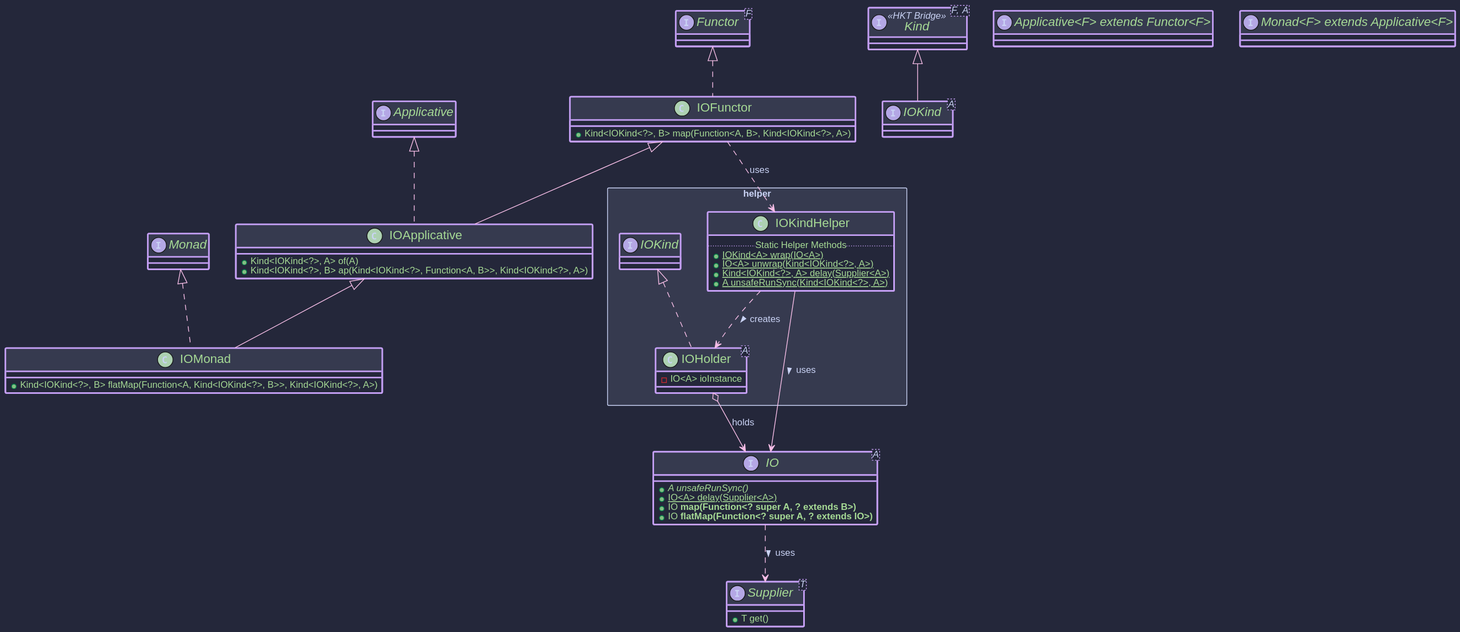
Earlier version of the PlantUML export hkj-book/src/images/puml/io_components.svg (higher-kinded-j/higher-kinded-j). Its diagram source:
```plantuml
@startuml
!include https://raw.githubusercontent.com/ncosta-ic/catppuccin-macchiato-plantuml-theme/main/theme.puml

interface Supplier<T> {
  + T get()
}

interface IO<A> {
  + {abstract} A unsafeRunSync()
  + {static} IO<A> delay(Supplier<A>)
  + IO<B> map(Function<? super A, ? extends B>)
  + IO<B> flatMap(Function<? super A, ? extends IO<B>>)
}
IO ..> Supplier : uses >

interface Kind<F, A> <<HKT Bridge>> {
}

interface IOKind<A> extends Kind<IOKind<?>, A> {
}

package helper <<Rectangle>> {
  class IOKindHelper {
    .. Static Helper Methods ..
    + {static} IOKind<A> wrap(IO<A>)
    + {static} IO<A> unwrap(Kind<IOKind<?>, A>)
    + {static} Kind<IOKind<?>, A> delay(Supplier<A>)
    + {static} A unsafeRunSync(Kind<IOKind<?>, A>)
  }

  class IOHolder<A> implements IOKind<A> {
    - IO<A> ioInstance
  }
  IOKindHelper ..> IOHolder : creates >
  IOKindHelper --> IO : uses >
  IOHolder o--> IO : holds
}


interface Functor<F>
interface "Applicative<F> extends Functor<F>"
interface "Monad<F> extends Applicative<F>"

class IOFunctor implements Functor<IOKind<?>> {
 + Kind<IOKind<?>, B> map(Function<A, B>, Kind<IOKind<?>, A>)
}
IOFunctor ..> IOKindHelper : uses

class IOApplicative extends IOFunctor implements Applicative<IOKind<?>> {
  + Kind<IOKind<?>, A> of(A)
  + Kind<IOKind<?>, B> ap(Kind<IOKind<?>, Function<A, B>>, Kind<IOKind<?>, A>)
}

class IOMonad extends IOApplicative implements Monad<IOKind<?>> {
 + Kind<IOKind<?>, B> flatMap(Function<A, Kind<IOKind<?>, B>>, Kind<IOKind<?>, A>)
}
@enduml
```
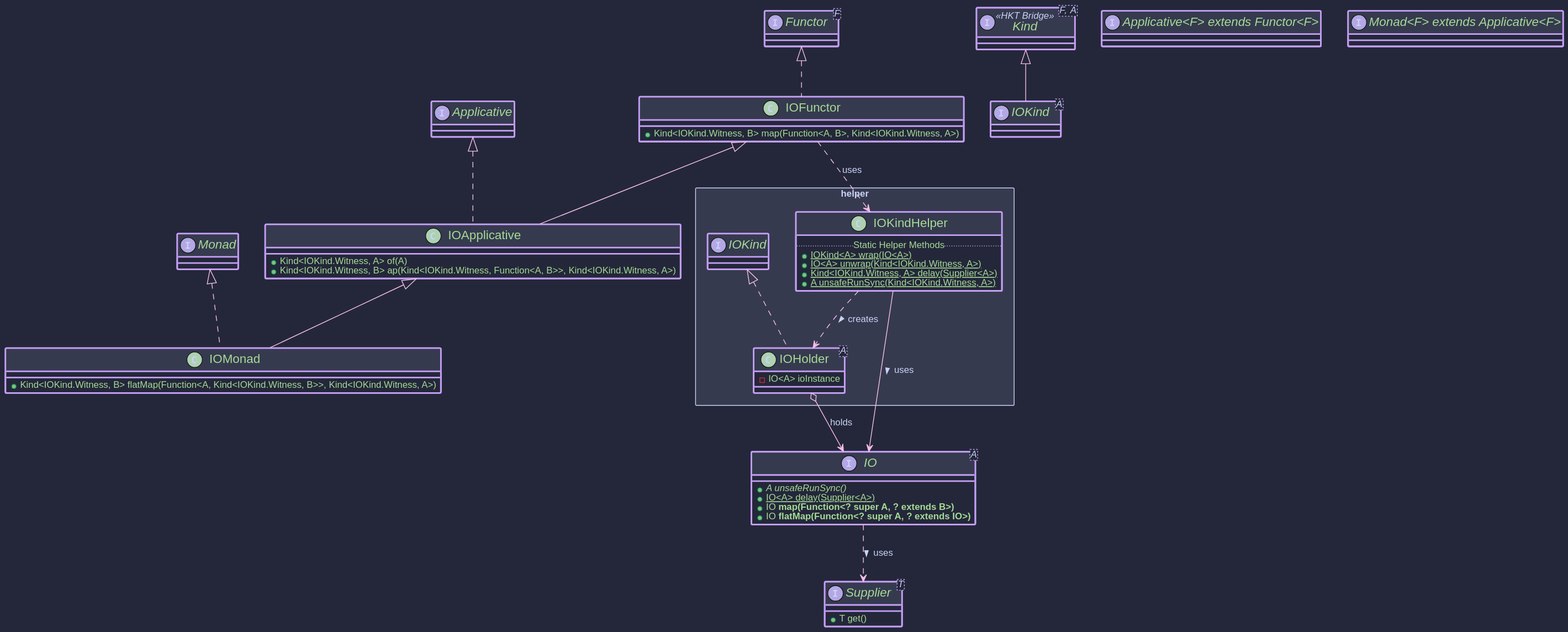
Later version of the same file.

Change to the diagram source:
```diff
@@ -16,16 +16,16 @@
 interface Kind<F, A> <<HKT Bridge>> {
 }
 
-interface IOKind<A> extends Kind<IOKind<?>, A> {
+interface IOKind<A> extends Kind<IOKind.Witness, A> {
 }
 
 package helper <<Rectangle>> {
   class IOKindHelper {
     .. Static Helper Methods ..
     + {static} IOKind<A> wrap(IO<A>)
-    + {static} IO<A> unwrap(Kind<IOKind<?>, A>)
-    + {static} Kind<IOKind<?>, A> delay(Supplier<A>)
-    + {static} A unsafeRunSync(Kind<IOKind<?>, A>)
+    + {static} IO<A> unwrap(Kind<IOKind.Witness, A>)
+    + {static} Kind<IOKind.Witness, A> delay(Supplier<A>)
+    + {static} A unsafeRunSync(Kind<IOKind.Witness, A>)
   }
 
   class IOHolder<A> implements IOKind<A> {
@@ -41,17 +41,17 @@
 interface "Applicative<F> extends Functor<F>"
 interface "Monad<F> extends Applicative<F>"
 
-class IOFunctor implements Functor<IOKind<?>> {
- + Kind<IOKind<?>, B> map(Function<A, B>, Kind<IOKind<?>, A>)
+class IOFunctor implements Functor<IOKind.Witness> {
+ + Kind<IOKind.Witness, B> map(Function<A, B>, Kind<IOKind.Witness, A>)
 }
 IOFunctor ..> IOKindHelper : uses
 
-class IOApplicative extends IOFunctor implements Applicative<IOKind<?>> {
-  + Kind<IOKind<?>, A> of(A)
-  + Kind<IOKind<?>, B> ap(Kind<IOKind<?>, Function<A, B>>, Kind<IOKind<?>, A>)
+class IOApplicative extends IOFunctor implements Applicative<IOKind.Witness> {
+  + Kind<IOKind.Witness, A> of(A)
+  + Kind<IOKind.Witness, B> ap(Kind<IOKind.Witness, Function<A, B>>, Kind<IOKind.Witness, A>)
 }
 
-class IOMonad extends IOApplicative implements Monad<IOKind<?>> {
- + Kind<IOKind<?>, B> flatMap(Function<A, Kind<IOKind<?>, B>>, Kind<IOKind<?>, A>)
+class IOMonad extends IOApplicative implements Monad<IOKind.Witness> {
+ + Kind<IOKind.Witness, B> flatMap(Function<A, Kind<IOKind.Witness, B>>, Kind<IOKind.Witness, A>)
 }
 @enduml
```
